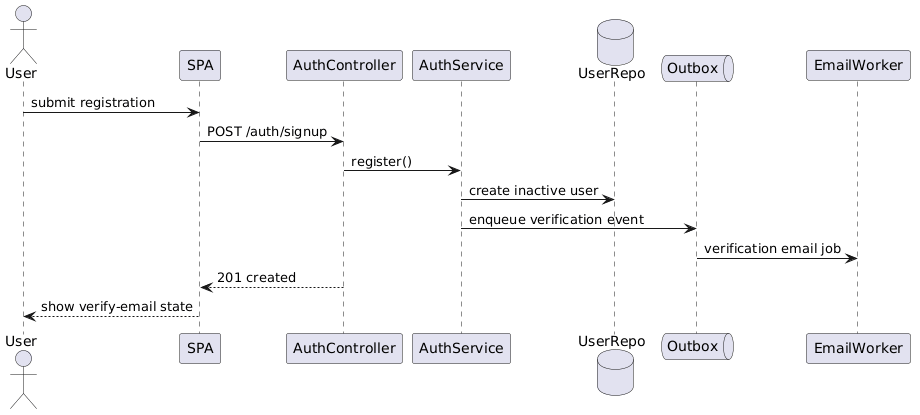
Earlier version of the PlantUML export docs/detailed-designs/diagrams/rendered/seq_signup.png (QuinntyneBrown/LendQ).
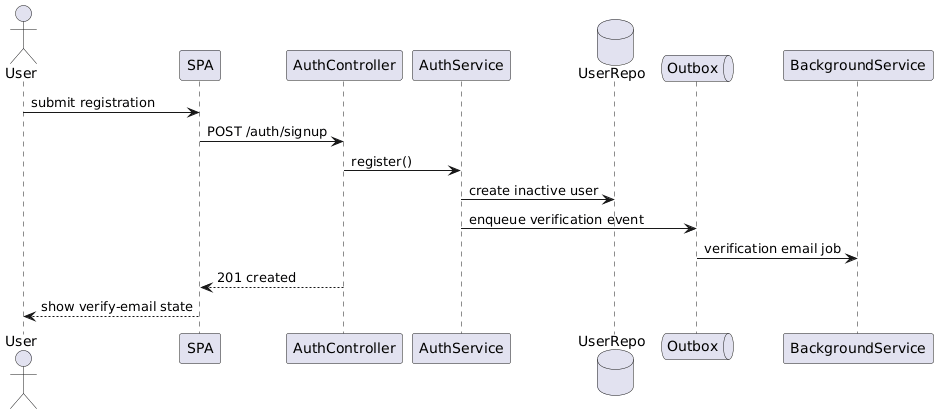
The same diagram one commit later.

Diff of the diagram source:
```diff
@@ -5,14 +5,14 @@
 participant AuthService
 database UserRepo
 queue Outbox
-participant EmailWorker
+participant BackgroundService
 
 User -> SPA : submit registration
 SPA -> AuthController : POST /auth/signup
 AuthController -> AuthService : register()
 AuthService -> UserRepo : create inactive user
 AuthService -> Outbox : enqueue verification event
-Outbox -> EmailWorker : verification email job
+Outbox -> BackgroundService : verification email job
 AuthController --> SPA : 201 created
 SPA --> User : show verify-email state
 @enduml
```
